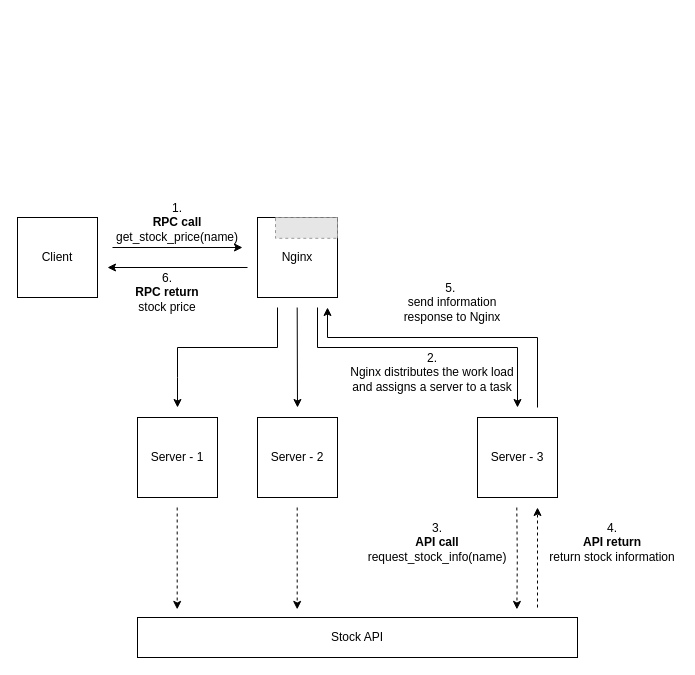
Ties17/ADS-Group-16 keeps this draw.io diagram as Diagrama sin título.drawio. Above is the earlier version. Source tidied: cells renumbered, new cells numbered last; positions are measured from the earlier drawing's top-left corner, leaving out a move shared by most shapes. Both pictures are drawn from the tidied source at 100%, with x=0, y=0 at pixel (17, 207). Pictures stored in the file or linked from it are replaced by grey dashed boxes.
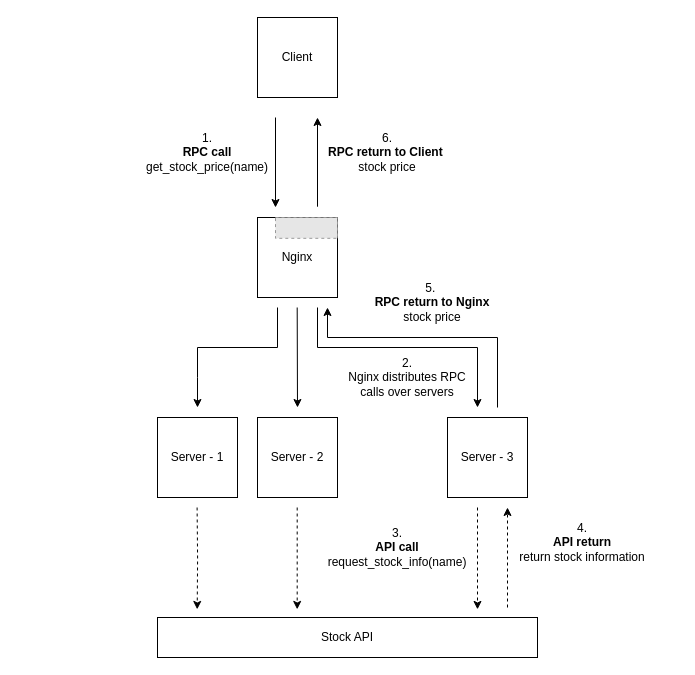
The same page after the edit.

The edit, as a diff of the source:
```diff
@@
     <mxCell id="2" value="Server - 1" style="rounded=0;whiteSpace=wrap;html=1;" parent="1" vertex="1">
-      <mxGeometry x="120" y="210" width="80" height="80" as="geometry" />
+      <mxGeometry x="140" y="210" width="80" height="80" as="geometry" />
     </mxCell>
     <mxCell id="3" value="Server - 3" style="rounded=0;whiteSpace=wrap;html=1;" parent="1" vertex="1">
-      <mxGeometry x="460" y="210" width="80" height="80" as="geometry" />
+      <mxGeometry x="430" y="210" width="80" height="80" as="geometry" />
     </mxCell>
@@
     <mxCell id="6" value="Client" style="rounded=0;whiteSpace=wrap;html=1;" parent="1" vertex="1">
-      <mxGeometry y="10" width="80" height="80" as="geometry" />
+      <mxGeometry x="240" y="-190" width="80" height="80" as="geometry" />
     </mxCell>
@@
     <mxCell id="8" style="endArrow=classic;html=1;rounded=0;" parent="1" edge="1">
       <mxGeometry relative="1" as="geometry">
-        <mxPoint x="95" y="40" as="sourcePoint" />
-        <mxPoint x="225" y="40" as="targetPoint" />
+        <mxPoint x="258" y="-90" as="sourcePoint" />
+        <mxPoint x="258" as="targetPoint" />
       </mxGeometry>
     </mxCell>
@@
     <mxCell id="10" style="endArrow=classic;html=1;rounded=0;" parent="1" edge="1">
       <mxGeometry relative="1" as="geometry">
         <mxPoint x="300" y="100" as="sourcePoint" />
-        <mxPoint x="500" y="200" as="targetPoint" />
+        <mxPoint x="460" y="200" as="targetPoint" />
         <Array as="points">
           <mxPoint x="300" y="140" />
-          <mxPoint x="500" y="140" />
+          <mxPoint x="460" y="140" />
         </Array>
       </mxGeometry>
     </mxCell>
     <mxCell id="11" style="endArrow=classic;html=1;rounded=0;" parent="1" edge="1">
       <mxGeometry relative="1" as="geometry">
         <mxPoint x="260" y="100" as="sourcePoint" />
-        <mxPoint x="160" y="200" as="targetPoint" />
+        <mxPoint x="180" y="200" as="targetPoint" />
         <Array as="points">
           <mxPoint x="260" y="140" />
-          <mxPoint x="160" y="140" />
-          <mxPoint x="160" y="170" />
+          <mxPoint x="180" y="140" />
+          <mxPoint x="180" y="170" />
         </Array>
       </mxGeometry>
     </mxCell>
     <mxCell id="12" style="endArrow=classic;html=1;rounded=0;" parent="1" edge="1">
       <mxGeometry relative="1" as="geometry">
-        <mxPoint x="230" y="60" as="sourcePoint" />
-        <mxPoint x="90" y="60" as="targetPoint" />
+        <mxPoint x="300" y="-0.8" as="sourcePoint" />
+        <mxPoint x="300" y="-90" as="targetPoint" />
       </mxGeometry>
     </mxCell>
     <mxCell id="13" style="endArrow=classic;html=1;rounded=0;" parent="1" edge="1">
       <mxGeometry relative="1" as="geometry">
-        <mxPoint x="520" y="200" as="sourcePoint" />
+        <mxPoint x="480" y="200" as="sourcePoint" />
         <mxPoint x="310" y="100" as="targetPoint" />
         <Array as="points">
-          <mxPoint x="520" y="130" />
+          <mxPoint x="480" y="130" />
           <mxPoint x="310" y="130" />
         </Array>
       </mxGeometry>
     </mxCell>
     <mxCell id="14" value="1.&lt;br&gt;&lt;b&gt;RPC call&lt;/b&gt; get_stock_price(name)" style="text;html=1;strokeColor=none;fillColor=none;align=center;verticalAlign=middle;whiteSpace=wrap;rounded=0;" parent="1" vertex="1">
-      <mxGeometry x="130" width="60" height="30" as="geometry" />
+      <mxGeometry x="160" y="-70" width="60" height="30" as="geometry" />
     </mxCell>
-    <mxCell id="15" value="2.&lt;br&gt;Nginx distributes the work load and assigns a server to a task" style="text;html=1;strokeColor=none;fillColor=none;align=center;verticalAlign=middle;whiteSpace=wrap;rounded=0;" parent="1" vertex="1">
-      <mxGeometry x="330" y="150" width="170" height="30" as="geometry" />
+    <mxCell id="15" value="2.&lt;br&gt;Nginx distributes RPC calls over servers" style="text;html=1;strokeColor=none;fillColor=none;align=center;verticalAlign=middle;whiteSpace=wrap;rounded=0;" parent="1" vertex="1">
+      <mxGeometry x="330" y="140" width="120" height="60" as="geometry" />
     </mxCell>
     <mxCell id="16" value="Stock API" style="rounded=0;whiteSpace=wrap;html=1;" parent="1" vertex="1">
-      <mxGeometry x="120" y="410" width="440" height="40" as="geometry" />
+      <mxGeometry x="140" y="410" width="380" height="40" as="geometry" />
     </mxCell>
     <mxCell id="17" style="edgeStyle=orthogonalEdgeStyle;rounded=0;orthogonalLoop=1;jettySize=auto;html=1;entryX=0.937;entryY=0.047;entryDx=0;entryDy=0;entryPerimeter=0;dashed=1;" parent="1" edge="1">
       <mxGeometry relative="1" as="geometry">
-        <mxPoint x="499.3" y="300" as="sourcePoint" />
-        <mxPoint x="499.4" y="401.9" as="targetPoint" />
+        <mxPoint x="460" y="300" as="sourcePoint" />
+        <mxPoint x="460" y="401.9" as="targetPoint" />
       </mxGeometry>
     </mxCell>
     <mxCell id="18" style="edgeStyle=orthogonalEdgeStyle;rounded=0;orthogonalLoop=1;jettySize=auto;html=1;entryX=0.937;entryY=0.047;entryDx=0;entryDy=0;entryPerimeter=0;dashed=1;" parent="1" edge="1">
       <mxGeometry relative="1" as="geometry">
-        <mxPoint x="159.7" y="300" as="sourcePoint" />
-        <mxPoint x="159.7" y="401.9" as="targetPoint" />
+        <mxPoint x="179.6" y="300" as="sourcePoint" />
+        <mxPoint x="179.7" y="401.9" as="targetPoint" />
       </mxGeometry>
     </mxCell>
@@
     <mxCell id="20" style="edgeStyle=orthogonalEdgeStyle;rounded=0;orthogonalLoop=1;jettySize=auto;html=1;dashed=1;" parent="1" edge="1">
       <mxGeometry relative="1" as="geometry">
-        <mxPoint x="520" y="400" as="sourcePoint" />
-        <mxPoint x="520" y="300" as="targetPoint" />
+        <mxPoint x="490" y="400" as="sourcePoint" />
+        <mxPoint x="490" y="300" as="targetPoint" />
       </mxGeometry>
     </mxCell>
     <mxCell id="21" value="3.&lt;br&gt;&lt;b&gt;API call&lt;/b&gt; request_stock_info(name)" style="text;html=1;strokeColor=none;fillColor=none;align=center;verticalAlign=middle;whiteSpace=wrap;rounded=0;" parent="1" vertex="1">
-      <mxGeometry x="390" y="320" width="60" height="30" as="geometry" />
+      <mxGeometry x="350" y="310" width="60" height="60" as="geometry" />
     </mxCell>
     <mxCell id="22" value="4.&lt;br&gt;&lt;b&gt;API return&lt;/b&gt; &lt;br&gt;return stock information" style="text;html=1;strokeColor=none;fillColor=none;align=center;verticalAlign=middle;whiteSpace=wrap;rounded=0;" parent="1" vertex="1">
-      <mxGeometry x="530" y="320" width="130" height="30" as="geometry" />
+      <mxGeometry x="500" y="320" width="130" height="30" as="geometry" />
     </mxCell>
-    <mxCell id="23" value="6.&lt;br&gt;&lt;b&gt;RPC return&lt;/b&gt; stock price" style="text;html=1;strokeColor=none;fillColor=none;align=center;verticalAlign=middle;whiteSpace=wrap;rounded=0;" parent="1" vertex="1">
-      <mxGeometry x="110" y="70" width="80" height="30" as="geometry" />
+    <mxCell id="23" value="6.&lt;br&gt;&lt;b&gt;RPC return to Client&lt;/b&gt;&amp;nbsp;&lt;br&gt;stock price" style="text;html=1;strokeColor=none;fillColor=none;align=center;verticalAlign=middle;whiteSpace=wrap;rounded=0;" parent="1" vertex="1">
+      <mxGeometry x="310" y="-70" width="120" height="30" as="geometry" />
     </mxCell>
-    <mxCell id="24" value="5.&amp;nbsp;&lt;br&gt;send information response to Nginx" style="text;html=1;strokeColor=none;fillColor=none;align=center;verticalAlign=middle;whiteSpace=wrap;rounded=0;" parent="1" vertex="1">
-      <mxGeometry x="370" y="80" width="130" height="30" as="geometry" />
+    <mxCell id="24" value="5.&amp;nbsp;&lt;br&gt;&lt;b&gt;RPC return to Nginx&lt;/b&gt;&lt;br&gt;stock price" style="text;html=1;strokeColor=none;fillColor=none;align=center;verticalAlign=middle;whiteSpace=wrap;rounded=0;" parent="1" vertex="1">
+      <mxGeometry x="350" y="80" width="130" height="30" as="geometry" />
     </mxCell>
```
